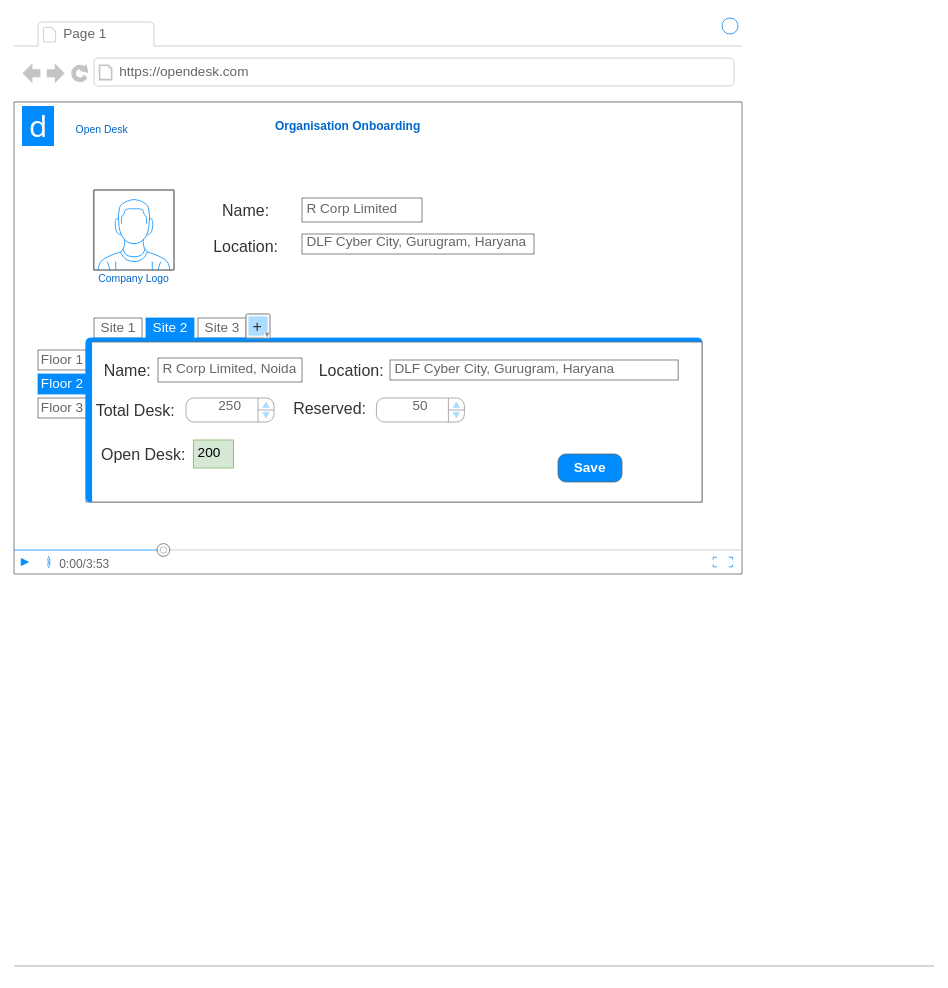
Before: Organization_Onboarding_Wireframe_V1drawio.drawio in kanwalnainsingh/OpenDesk, a draw.io diagram. Source tidied: cells renumbered, new cells numbered last; positions are measured from the earlier drawing's top-left corner, leaving out a move shared by most shapes. Both pictures are drawn from the tidied source at 80%, with x=0, y=0 at pixel (14, 14).
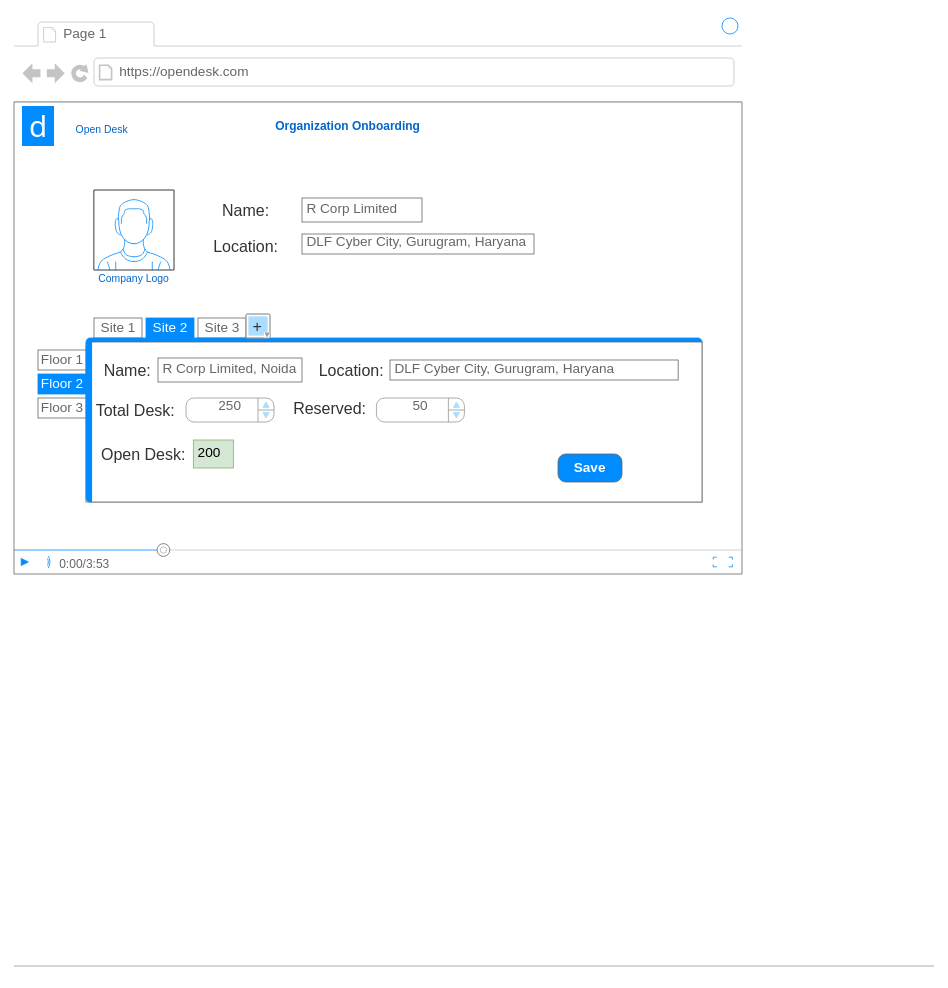
Above is the later version.

The change refers to these unchanged cells:
```xml
<mxCell id="2" style="strokeWidth=1;shadow=0;dashed=0;align=center;html=1;shape=mxgraph.mockup.containers.browserWindow;rSize=0;strokeColor2=#008cff;strokeColor3=#c4c4c4;mainText=,;strokeColor=#FFFFFF;fontColor=#FFFFFF;" parent="1" vertex="1">
  <mxGeometry width="910" height="1020" as="geometry" />
</mxCell>
```

The edit, as a diff of the source:
```diff
@@
-    <mxCell id="9" value="&lt;b&gt;&lt;font style=&quot;font-size: 15px&quot;&gt;Organisation Onboarding&lt;/font&gt;&lt;/b&gt;" style="text;html=1;strokeColor=none;fillColor=none;align=center;verticalAlign=middle;whiteSpace=wrap;rounded=0;fontSize=13;fontColor=#0066CC;" parent="2" vertex="1">
+    <mxCell id="9" value="&lt;b&gt;&lt;font style=&quot;font-size: 15px&quot;&gt;Organization Onboarding&lt;/font&gt;&lt;/b&gt;" style="text;html=1;strokeColor=none;fillColor=none;align=center;verticalAlign=middle;whiteSpace=wrap;rounded=0;fontSize=13;fontColor=#0066CC;" parent="2" vertex="1">
       <mxGeometry x="325" y="130" width="185" height="20" as="geometry" />
     </mxCell>
```
